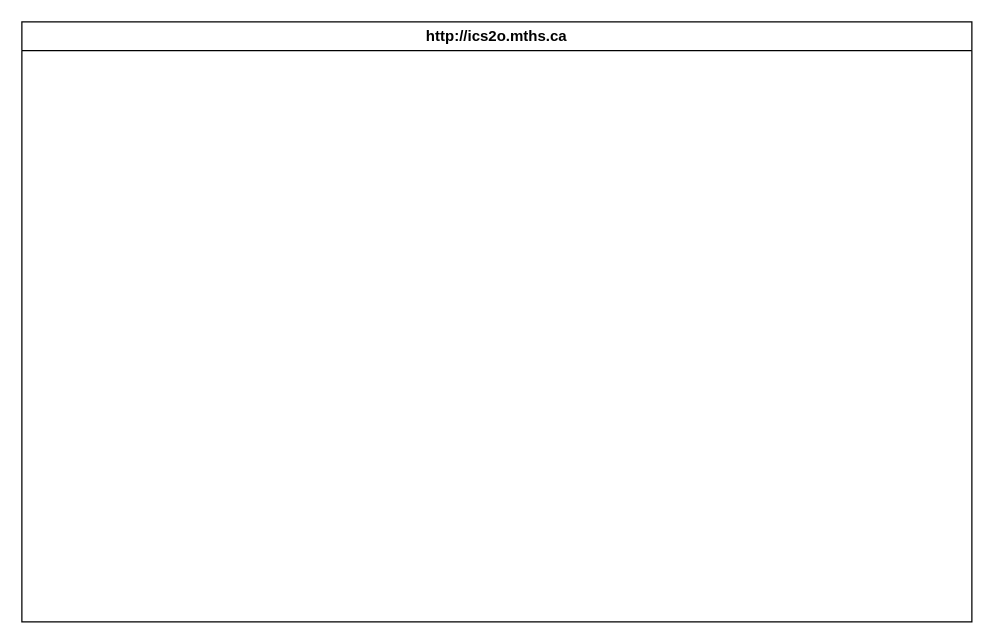
Before: design/storyboard.drawio in MTHS-ICD2O-1-2023/ICD2O-Unit-5-04-hai-tran-2, a draw.io diagram. Source tidied: cells renumbered, new cells numbered last; positions are measured from the earlier drawing's top-left corner, leaving out a move shared by most shapes. Both pictures are drawn from the tidied source at 125%, with x=0, y=0 at pixel (21, 21).
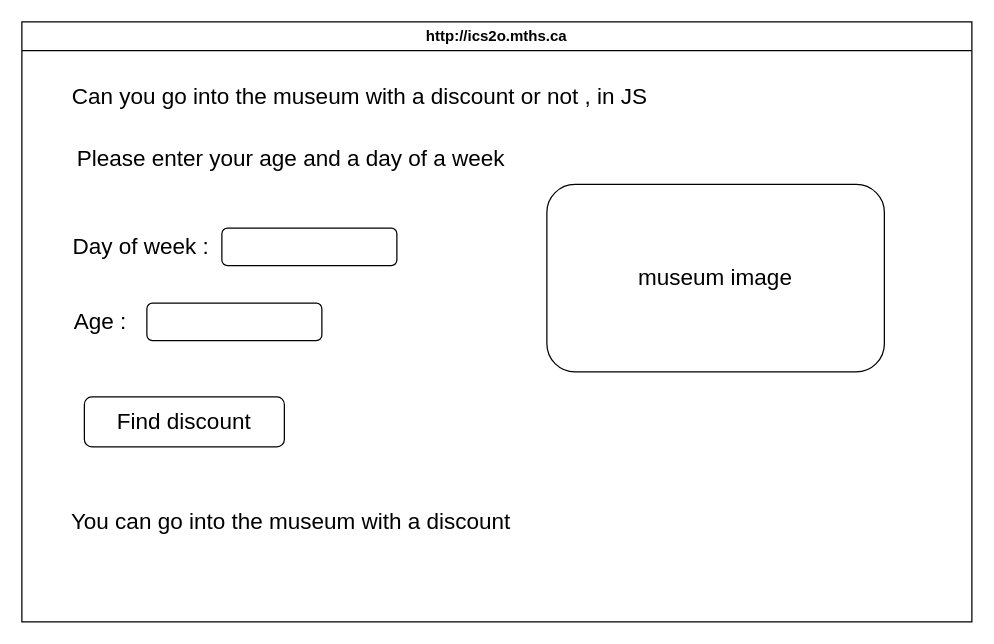
The same page after the edit.

What changed in the source:
```diff
@@
 <mxGraphModel>
   <root>
     <mxCell id="0" />
     <mxCell id="1" parent="0" />
     <mxCell id="2" value="http://ics2o.mths.ca" style="swimlane;whiteSpace=wrap;html=1;" parent="1" vertex="1">
       <mxGeometry width="760" height="480" as="geometry" />
     </mxCell>
+    <mxCell id="3" value="Can you go into the museum with a discount or not , in JS" style="text;html=1;align=center;verticalAlign=middle;strokeColor=none;fillColor=none;fontSize=18;" parent="2" vertex="1">
+      <mxGeometry x="30" y="40" width="480" height="40" as="geometry" />
+    </mxCell>
+    <mxCell id="4" value="Please enter your age and a day of a week" style="text;html=1;align=center;verticalAlign=middle;strokeColor=none;fillColor=none;fontSize=18;" parent="2" vertex="1">
+      <mxGeometry x="30" y="90" width="370" height="40" as="geometry" />
+    </mxCell>
+    <mxCell id="5" value="Day of week :" style="text;html=1;align=center;verticalAlign=middle;strokeColor=none;fillColor=none;fontSize=18;" parent="2" vertex="1">
+      <mxGeometry x="30" y="160" width="130" height="40" as="geometry" />
+    </mxCell>
+    <mxCell id="6" value="Age :&amp;nbsp;" style="text;html=1;align=center;verticalAlign=middle;strokeColor=none;fillColor=none;fontSize=18;" parent="2" vertex="1">
+      <mxGeometry x="30" y="220" width="70" height="40" as="geometry" />
+    </mxCell>
+    <mxCell id="7" style="rounded=1;whiteSpace=wrap;html=1;fontSize=18;" parent="2" vertex="1">
+      <mxGeometry x="160" y="165" width="140" height="30" as="geometry" />
+    </mxCell>
+    <mxCell id="8" style="rounded=1;whiteSpace=wrap;html=1;fontSize=18;" parent="2" vertex="1">
+      <mxGeometry x="100" y="225" width="140" height="30" as="geometry" />
+    </mxCell>
+    <mxCell id="9" value="Find discount" style="rounded=1;whiteSpace=wrap;html=1;fontSize=18;" parent="2" vertex="1">
+      <mxGeometry x="50" y="300" width="160" height="40" as="geometry" />
+    </mxCell>
+    <mxCell id="10" value="You can go into the museum with a discount" style="text;html=1;align=center;verticalAlign=middle;strokeColor=none;fillColor=none;fontSize=18;" parent="2" vertex="1">
+      <mxGeometry x="30" y="380" width="370" height="40" as="geometry" />
+    </mxCell>
+    <mxCell id="11" value="museum image" style="rounded=1;whiteSpace=wrap;html=1;fontSize=18;" parent="2" vertex="1">
+      <mxGeometry x="420" y="130" width="270" height="150" as="geometry" />
+    </mxCell>
   </root>
 </mxGraphModel>
```
